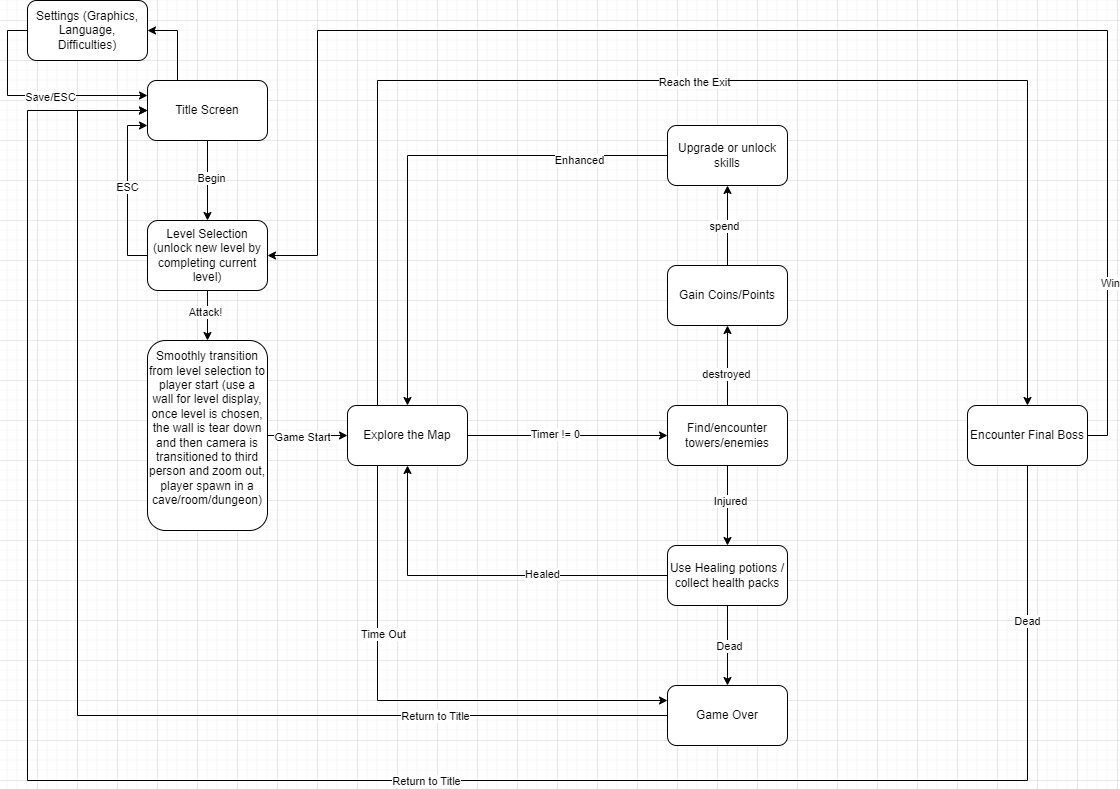
Above: Untitled Diagram.drawio.png in songjian0127/HTML- (draw.io), before the change. Source tidied: cells renumbered, new cells last; positions are measured from the earlier drawing's top-left corner, leaving out a move shared by most shapes. Its diagram source:
```xml
<mxGraphModel>
  <root>
    <mxCell id="0" />
    <mxCell id="1" parent="0" />
    <mxCell id="2" style="edgeStyle=orthogonalEdgeStyle;rounded=0;jettySize=auto;html=1;entryX=1;entryY=0.5;entryDx=0;entryDy=0;exitX=0.25;exitY=0;exitDx=0;exitDy=0;" parent="1" edge="1" source="5" target="8">
      <mxGeometry relative="1" as="geometry" />
    </mxCell>
    <mxCell id="3" style="edgeStyle=orthogonalEdgeStyle;rounded=0;jettySize=auto;html=1;" parent="1" edge="1" source="5" target="13">
      <mxGeometry relative="1" as="geometry" />
    </mxCell>
    <mxCell id="4" value="Begin" style="edgeLabel;html=1;align=center;verticalAlign=middle;" parent="3" vertex="1">
      <mxGeometry x="-0.06" y="3" relative="1" as="geometry" />
    </mxCell>
    <mxCell id="5" value="Title Screen" style="rounded=1;whiteSpace=wrap;html=1;" parent="1" vertex="1">
      <mxGeometry x="120" y="80" width="120" height="60" as="geometry" />
    </mxCell>
    <mxCell id="6" style="edgeStyle=orthogonalEdgeStyle;rounded=0;jettySize=auto;html=1;exitX=0;exitY=0.5;exitDx=0;exitDy=0;entryX=0;entryY=0.25;entryDx=0;entryDy=0;" parent="1" edge="1" source="8" target="5">
      <mxGeometry relative="1" as="geometry" />
    </mxCell>
    <mxCell id="7" value="Save/ESC" style="edgeLabel;html=1;align=center;verticalAlign=middle;" parent="6" vertex="1">
      <mxGeometry x="0.13" y="-1" relative="1" as="geometry" />
    </mxCell>
    <mxCell id="8" value="Settings (Graphics, Language, Difficulties)" style="rounded=1;whiteSpace=wrap;html=1;" parent="1" vertex="1">
      <mxGeometry width="120" height="60" as="geometry" />
    </mxCell>
    <mxCell id="9" style="edgeStyle=orthogonalEdgeStyle;rounded=0;jettySize=auto;html=1;exitX=0.5;exitY=1;exitDx=0;exitDy=0;" parent="1" edge="1" source="13" target="16">
      <mxGeometry relative="1" as="geometry" />
    </mxCell>
    <mxCell id="10" value="Attack!" style="edgeLabel;html=1;align=center;verticalAlign=middle;" parent="9" vertex="1">
      <mxGeometry x="-0.17" y="-3" relative="1" as="geometry" />
    </mxCell>
    <mxCell id="11" style="edgeStyle=orthogonalEdgeStyle;rounded=0;jettySize=auto;html=1;entryX=0;entryY=0.75;entryDx=0;entryDy=0;" parent="1" edge="1" source="13" target="5">
      <mxGeometry relative="1" as="geometry">
        <Array as="points">
          <mxPoint x="100" y="255" />
          <mxPoint x="100" y="125" />
        </Array>
      </mxGeometry>
    </mxCell>
    <mxCell id="12" value="ESC" style="edgeLabel;html=1;align=center;verticalAlign=middle;" parent="11" vertex="1">
      <mxGeometry x="0.04" y="1" relative="1" as="geometry" />
    </mxCell>
    <mxCell id="13" value="Level Selection&lt;br&gt;(unlock new level by completing current level)" style="rounded=1;whiteSpace=wrap;html=1;" parent="1" vertex="1">
      <mxGeometry x="120" y="220" width="120" height="70" as="geometry" />
    </mxCell>
    <mxCell id="14" style="edgeStyle=orthogonalEdgeStyle;rounded=0;jettySize=auto;html=1;" parent="1" edge="1" source="16" target="23">
      <mxGeometry relative="1" as="geometry" />
    </mxCell>
    <mxCell id="15" value="Game Start" style="edgeLabel;html=1;align=center;verticalAlign=middle;" parent="14" vertex="1">
      <mxGeometry x="-0.14" y="-1" relative="1" as="geometry" />
    </mxCell>
    <mxCell id="16" value="Smoothly transition from level selection to player start (use a wall for level display, once level is chosen, the wall is tear down and then camera is transitioned to third person and zoom out, player spawn in a cave/room/dungeon)&lt;div&gt;&lt;br&gt;&lt;/div&gt;" style="whiteSpace=wrap;html=1;rounded=1;" parent="1" vertex="1">
      <mxGeometry x="120" y="340" width="120" height="190" as="geometry" />
    </mxCell>
    <mxCell id="17" style="edgeStyle=orthogonalEdgeStyle;rounded=0;jettySize=auto;html=1;" parent="1" edge="1" source="23" target="28">
      <mxGeometry relative="1" as="geometry" />
    </mxCell>
    <mxCell id="18" value="Timer != 0" style="edgeLabel;html=1;align=center;verticalAlign=middle;" parent="17" vertex="1">
      <mxGeometry x="-0.12" y="2" relative="1" as="geometry" />
    </mxCell>
    <mxCell id="19" style="edgeStyle=orthogonalEdgeStyle;rounded=0;jettySize=auto;html=1;exitX=0.25;exitY=1;exitDx=0;exitDy=0;entryX=0;entryY=0.25;entryDx=0;entryDy=0;" parent="1" edge="1" source="23" target="42">
      <mxGeometry relative="1" as="geometry" />
    </mxCell>
    <mxCell id="20" value="Time Out" style="edgeLabel;html=1;align=center;verticalAlign=middle;" parent="19" vertex="1">
      <mxGeometry x="-0.36" y="5" relative="1" as="geometry" />
    </mxCell>
    <mxCell id="21" style="edgeStyle=orthogonalEdgeStyle;rounded=0;jettySize=auto;html=1;exitX=0.25;exitY=0;exitDx=0;exitDy=0;entryX=0.5;entryY=0;entryDx=0;entryDy=0;" parent="1" edge="1" source="23" target="48">
      <mxGeometry relative="1" as="geometry">
        <Array as="points">
          <mxPoint x="350" y="80" />
          <mxPoint x="1000" y="80" />
        </Array>
      </mxGeometry>
    </mxCell>
    <mxCell id="22" value="Reach the Exit" style="edgeLabel;html=1;align=center;verticalAlign=middle;" parent="21" vertex="1">
      <mxGeometry x="-0.01" y="-1" relative="1" as="geometry">
        <mxPoint x="1" as="offset" />
      </mxGeometry>
    </mxCell>
    <mxCell id="23" value="Explore the Map" style="whiteSpace=wrap;html=1;rounded=1;" parent="1" vertex="1">
      <mxGeometry x="320" y="405" width="120" height="60" as="geometry" />
    </mxCell>
    <mxCell id="24" style="edgeStyle=orthogonalEdgeStyle;rounded=0;jettySize=auto;html=1;" parent="1" edge="1" source="28" target="31">
      <mxGeometry relative="1" as="geometry" />
    </mxCell>
    <mxCell id="25" value="destroyed" style="edgeLabel;html=1;align=center;verticalAlign=middle;" parent="24" vertex="1">
      <mxGeometry x="-0.2" y="2" relative="1" as="geometry" />
    </mxCell>
    <mxCell id="26" style="edgeStyle=orthogonalEdgeStyle;rounded=0;jettySize=auto;html=1;" parent="1" edge="1" source="28" target="39">
      <mxGeometry relative="1" as="geometry" />
    </mxCell>
    <mxCell id="27" value="Injured" style="edgeLabel;html=1;align=center;verticalAlign=middle;" parent="26" vertex="1">
      <mxGeometry x="-0.12" y="2" relative="1" as="geometry" />
    </mxCell>
    <mxCell id="28" value="Find/encounter towers/enemies" style="whiteSpace=wrap;html=1;rounded=1;" parent="1" vertex="1">
      <mxGeometry x="640" y="405" width="120" height="60" as="geometry" />
    </mxCell>
    <mxCell id="29" style="edgeStyle=orthogonalEdgeStyle;rounded=0;jettySize=auto;html=1;" parent="1" edge="1" source="31" target="34">
      <mxGeometry relative="1" as="geometry" />
    </mxCell>
    <mxCell id="30" value="spend" style="edgeLabel;html=1;align=center;verticalAlign=middle;" parent="29" vertex="1">
      <mxGeometry x="-0.01" y="4" relative="1" as="geometry" />
    </mxCell>
    <mxCell id="31" value="Gain Coins/Points" style="whiteSpace=wrap;html=1;rounded=1;" parent="1" vertex="1">
      <mxGeometry x="640" y="265" width="120" height="60" as="geometry" />
    </mxCell>
    <mxCell id="32" style="edgeStyle=orthogonalEdgeStyle;rounded=0;jettySize=auto;html=1;entryX=0.5;entryY=0;entryDx=0;entryDy=0;" parent="1" edge="1" source="34" target="23">
      <mxGeometry relative="1" as="geometry" />
    </mxCell>
    <mxCell id="33" value="Enhanced" style="edgeLabel;html=1;align=center;verticalAlign=middle;" parent="32" vertex="1">
      <mxGeometry x="-0.65" y="4" relative="1" as="geometry" />
    </mxCell>
    <mxCell id="34" value="Upgrade or unlock skills" style="whiteSpace=wrap;html=1;rounded=1;" parent="1" vertex="1">
      <mxGeometry x="640" y="125" width="120" height="60" as="geometry" />
    </mxCell>
    <mxCell id="35" style="edgeStyle=orthogonalEdgeStyle;rounded=0;jettySize=auto;html=1;" parent="1" edge="1" source="39" target="42">
      <mxGeometry relative="1" as="geometry" />
    </mxCell>
    <mxCell id="36" value="Dead" style="edgeLabel;html=1;align=center;verticalAlign=middle;" parent="35" vertex="1">
      <mxGeometry x="0.01" y="1" relative="1" as="geometry" />
    </mxCell>
    <mxCell id="37" style="edgeStyle=orthogonalEdgeStyle;rounded=0;jettySize=auto;html=1;entryX=0.5;entryY=1;entryDx=0;entryDy=0;" parent="1" edge="1" source="39" target="23">
      <mxGeometry relative="1" as="geometry" />
    </mxCell>
    <mxCell id="38" value="Healed" style="edgeLabel;html=1;align=center;verticalAlign=middle;" parent="37" vertex="1">
      <mxGeometry x="-0.32" y="-2" relative="1" as="geometry" />
    </mxCell>
    <mxCell id="39" value="Use Healing potions / collect health packs" style="whiteSpace=wrap;html=1;rounded=1;" parent="1" vertex="1">
      <mxGeometry x="640" y="545" width="120" height="60" as="geometry" />
    </mxCell>
    <mxCell id="40" style="edgeStyle=orthogonalEdgeStyle;rounded=0;jettySize=auto;html=1;entryX=0;entryY=0.5;entryDx=0;entryDy=0;" parent="1" edge="1" source="42" target="5">
      <mxGeometry relative="1" as="geometry">
        <Array as="points">
          <mxPoint x="50" y="715" />
          <mxPoint x="50" y="110" />
        </Array>
      </mxGeometry>
    </mxCell>
    <mxCell id="41" value="Return to Title" style="edgeLabel;html=1;align=center;verticalAlign=middle;" parent="40" vertex="1">
      <mxGeometry x="-0.63" relative="1" as="geometry" />
    </mxCell>
    <mxCell id="42" value="Game Over" style="whiteSpace=wrap;html=1;rounded=1;" parent="1" vertex="1">
      <mxGeometry x="640" y="685" width="120" height="60" as="geometry" />
    </mxCell>
    <mxCell id="43" style="edgeStyle=orthogonalEdgeStyle;rounded=0;jettySize=auto;html=1;entryX=0;entryY=0.5;entryDx=0;entryDy=0;" parent="1" edge="1" source="48" target="5">
      <mxGeometry relative="1" as="geometry">
        <Array as="points">
          <mxPoint x="1000" y="780" />
          <mxPoint y="780" />
          <mxPoint y="110" />
        </Array>
      </mxGeometry>
    </mxCell>
    <mxCell id="44" value="Return to Title" style="edgeLabel;html=1;align=center;verticalAlign=middle;" parent="43" vertex="1">
      <mxGeometry x="-0.13" relative="1" as="geometry" />
    </mxCell>
    <mxCell id="45" value="Dead" style="edgeLabel;html=1;align=center;verticalAlign=middle;" parent="43" vertex="1">
      <mxGeometry x="-0.85" y="-1" relative="1" as="geometry" />
    </mxCell>
    <mxCell id="46" style="edgeStyle=orthogonalEdgeStyle;rounded=0;jettySize=auto;html=1;exitX=1;exitY=0.5;exitDx=0;exitDy=0;entryX=1;entryY=0.5;entryDx=0;entryDy=0;" parent="1" edge="1" source="48" target="13">
      <mxGeometry relative="1" as="geometry">
        <Array as="points">
          <mxPoint x="1080" y="435" />
          <mxPoint x="1080" y="30" />
          <mxPoint x="290" y="30" />
          <mxPoint x="290" y="255" />
        </Array>
      </mxGeometry>
    </mxCell>
    <mxCell id="47" value="Win" style="edgeLabel;html=1;align=center;verticalAlign=middle;" parent="46" vertex="1">
      <mxGeometry x="-0.77" y="-2" relative="1" as="geometry" />
    </mxCell>
    <mxCell id="48" value="Encounter Final Boss" style="whiteSpace=wrap;html=1;rounded=1;" parent="1" vertex="1">
      <mxGeometry x="940" y="405" width="120" height="60" as="geometry" />
    </mxCell>
  </root>
</mxGraphModel>
```
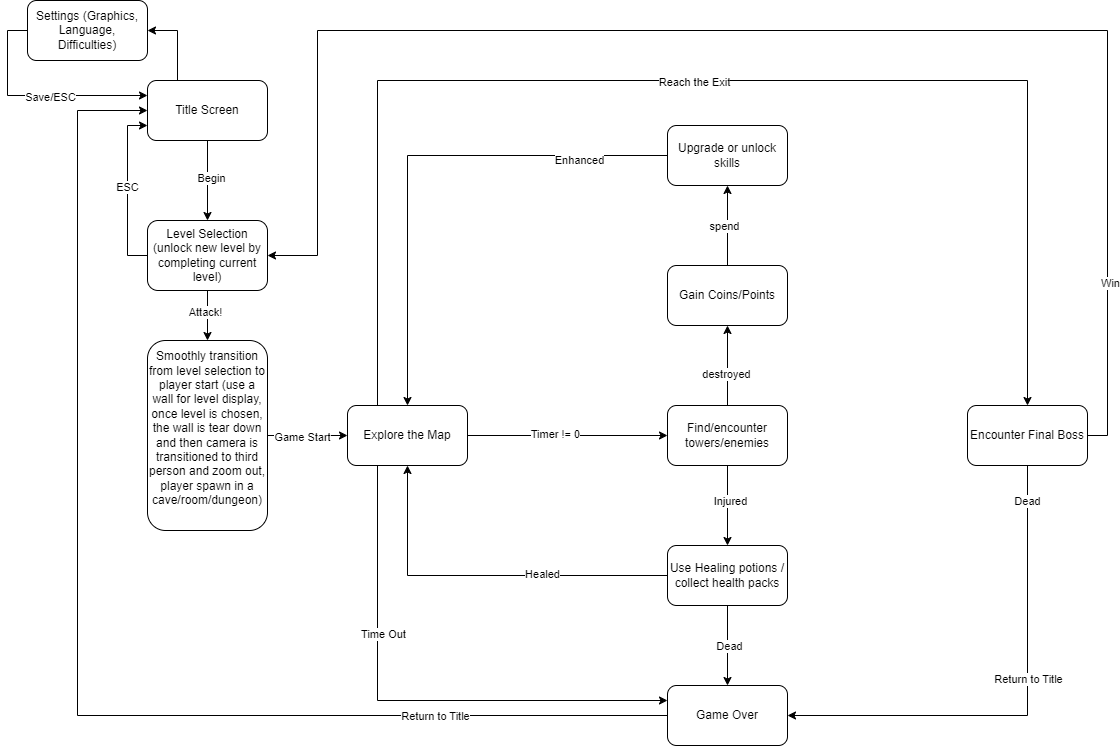
The same diagram one commit later.

The edit, as a diff of the source:
```diff
@@ -142,12 +142,10 @@
     <mxCell id="42" value="Game Over" style="whiteSpace=wrap;html=1;rounded=1;" parent="1" vertex="1">
       <mxGeometry x="640" y="685" width="120" height="60" as="geometry" />
     </mxCell>
-    <mxCell id="43" style="edgeStyle=orthogonalEdgeStyle;rounded=0;jettySize=auto;html=1;entryX=0;entryY=0.5;entryDx=0;entryDy=0;" parent="1" edge="1" source="48" target="5">
+    <mxCell id="43" style="edgeStyle=orthogonalEdgeStyle;rounded=0;jettySize=auto;html=1;entryX=1;entryY=0.5;entryDx=0;entryDy=0;" parent="1" edge="1" source="48" target="42">
       <mxGeometry relative="1" as="geometry">
         <Array as="points">
-          <mxPoint x="1000" y="780" />
-          <mxPoint y="780" />
-          <mxPoint y="110" />
+          <mxPoint x="1000" y="715" />
         </Array>
       </mxGeometry>
     </mxCell>
```
